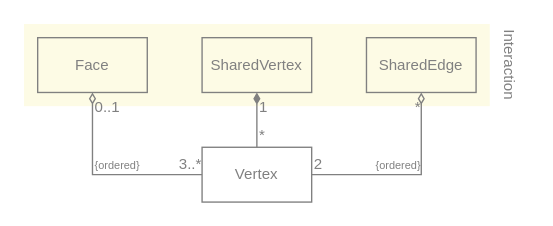
Earlier version of the draw.io diagram wiki/MetaMeshGraph.drawio (YoanWithY/kayo). Source tidied: cells renumbered, new cells numbered last; positions are measured from the earlier drawing's top-left corner, leaving out a move shared by most shapes. Both pictures are drawn from the tidied source at 137%, with x=0, y=0 at pixel (23, 23).
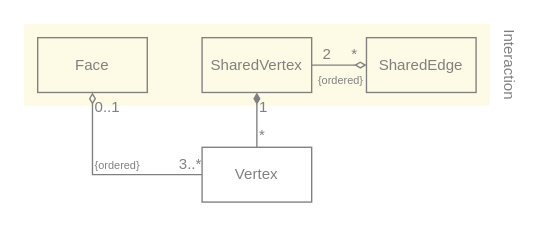
The same page after the edit.

The change refers to these unchanged cells:
```xml
<mxCell id="6" value="SharedVertex" style="rounded=0;whiteSpace=wrap;html=1;fillColor=none;strokeColor=#808080;fontColor=#808080;fontFamily=Helvetica;fontSize=11;" parent="1" vertex="1">
  <mxGeometry x="130" y="10" width="80" height="40" as="geometry" />
</mxCell>
<mxCell id="7" value="SharedEdge" style="rounded=0;whiteSpace=wrap;html=1;fillColor=none;strokeColor=#808080;fontColor=#808080;fontFamily=Helvetica;fontSize=11;" parent="1" vertex="1">
  <mxGeometry x="250" y="10" width="80" height="40" as="geometry" />
</mxCell>
<mxCell id="8" value="Vertex" style="rounded=0;whiteSpace=wrap;html=1;fillColor=none;strokeColor=#808080;fontColor=#808080;fontFamily=Helvetica;fontSize=11;" parent="1" vertex="1">
  <mxGeometry x="130" y="90" width="80" height="40" as="geometry" />
</mxCell>
```

Diff of the diagram source:
```diff
@@
-    <mxCell id="10" style="edgeStyle=orthogonalEdgeStyle;shape=connector;rounded=0;html=1;labelBackgroundColor=default;strokeColor=#808080;fontFamily=Helvetica;fontSize=11;fontColor=#808080;startArrow=diamondThin;startFill=0;endArrow=none;endFill=0;" parent="1" edge="1" source="7" target="8">
+    <mxCell id="10" style="edgeStyle=orthogonalEdgeStyle;shape=connector;rounded=0;html=1;labelBackgroundColor=default;strokeColor=#808080;fontFamily=Helvetica;fontSize=11;fontColor=#808080;startArrow=diamondThin;startFill=0;endArrow=none;endFill=0;" parent="1" edge="1" source="7" target="6">
       <mxGeometry relative="1" as="geometry">
         <Array as="points">
-          <mxPoint x="290" y="110" />
+          <mxPoint x="230" y="30" />
+          <mxPoint x="230" y="30" />
         </Array>
       </mxGeometry>
     </mxCell>
-    <mxCell id="11" value="*" style="edgeLabel;html=1;align=right;verticalAlign=middle;fontSize=11;fontFamily=Helvetica;fontColor=#808080;labelBackgroundColor=none;spacing=2;" parent="10" vertex="1">
+    <mxCell id="11" value="*" style="edgeLabel;html=1;align=center;verticalAlign=bottom;fontSize=11;fontFamily=Helvetica;fontColor=#808080;labelBackgroundColor=none;spacing=2;" parent="10" vertex="1">
       <mxGeometry x="-0.67" relative="1" as="geometry">
-        <mxPoint y="-13" as="offset" />
+        <mxPoint x="-3" as="offset" />
       </mxGeometry>
     </mxCell>
-    <mxCell id="12" value="2" style="edgeLabel;html=1;align=left;verticalAlign=bottom;fontSize=11;fontFamily=Helvetica;fontColor=#808080;labelBackgroundColor=none;" parent="10" vertex="1">
+    <mxCell id="12" value="2" style="edgeLabel;html=1;align=center;verticalAlign=bottom;fontSize=11;fontFamily=Helvetica;fontColor=#808080;labelBackgroundColor=none;" parent="10" vertex="1">
       <mxGeometry x="0.7" y="-1" relative="1" as="geometry">
-        <mxPoint x="-21" y="1" as="offset" />
+        <mxPoint x="4" y="1" as="offset" />
       </mxGeometry>
     </mxCell>
-    <mxCell id="13" value="{ordered}" style="edgeLabel;html=1;align=right;verticalAlign=bottom;fontSize=8;fontColor=#808080;labelBackgroundColor=none;" parent="10" vertex="1">
+    <mxCell id="13" value="{ordered}" style="edgeLabel;html=1;align=center;verticalAlign=top;fontSize=8;fontColor=#808080;labelBackgroundColor=none;" parent="10" vertex="1">
       <mxGeometry x="0.23" relative="1" as="geometry">
-        <mxPoint x="26" as="offset" />
+        <mxPoint x="5" as="offset" />
       </mxGeometry>
     </mxCell>
```
